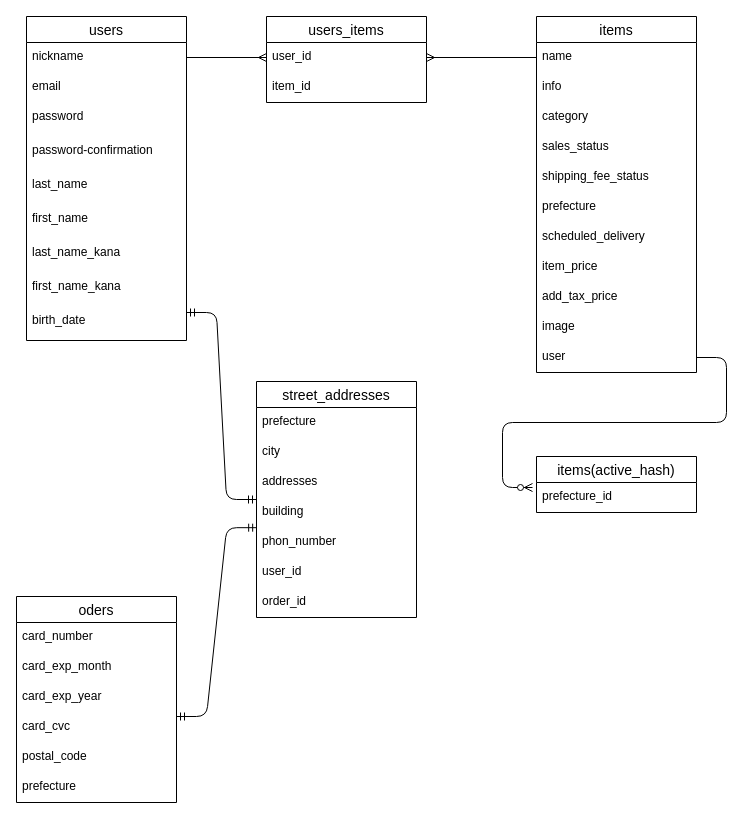
Before: er.dio in takehiyuu/furima-34019, a draw.io diagram. Source tidied: cells renumbered, new cells numbered last; positions are measured from the earlier drawing's top-left corner, leaving out a move shared by most shapes. Both pictures are drawn from the tidied source at 100%, with x=0, y=0 at pixel (16, 16).
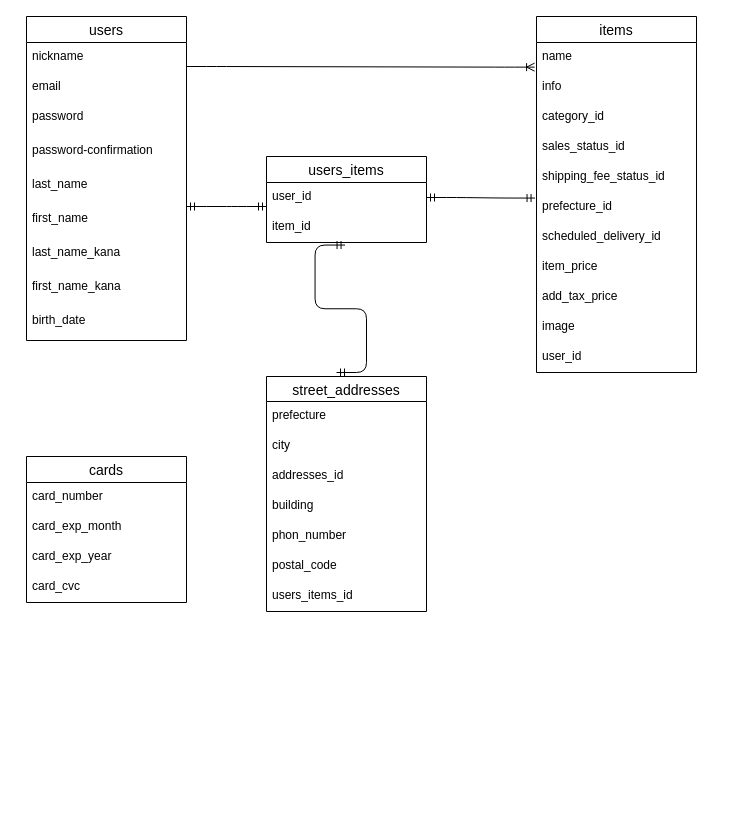
After the change.

Commit message (it also covers changes not shown here):
ER図及びREADME修正

Unchanged cells that the change refers to:
```xml
<mxCell id="3" value="nickname" style="text;strokeColor=none;fillColor=none;spacingLeft=4;spacingRight=4;overflow=hidden;points=[[0,0.5],[1,0.5]];portConstraint=eastwest;fontSize=12;" parent="2" vertex="1">
  <mxGeometry y="26" width="160" height="30" as="geometry" />
</mxCell>
<mxCell id="12" value="items" style="swimlane;fontStyle=0;horizontal=1;startSize=26;align=center;fontSize=14;" parent="1" vertex="1">
  <mxGeometry x="520" width="160" height="356" as="geometry" />
</mxCell>
<mxCell id="13" value="name" style="text;strokeColor=none;fillColor=none;spacingLeft=4;spacingRight=4;overflow=hidden;points=[[0,0.5],[1,0.5]];portConstraint=eastwest;fontSize=12;" parent="12" vertex="1">
  <mxGeometry y="26" width="160" height="30" as="geometry" />
</mxCell>
<mxCell id="25" value="user_id" style="text;strokeColor=none;fillColor=none;spacingLeft=4;spacingRight=4;overflow=hidden;points=[[0,0.5],[1,0.5]];portConstraint=eastwest;fontSize=12;" parent="24" vertex="1">
  <mxGeometry y="26" width="160" height="30" as="geometry" />
</mxCell>
<mxCell id="26" value="item_id" style="text;strokeColor=none;fillColor=none;spacingLeft=4;spacingRight=4;overflow=hidden;points=[[0,0.5],[1,0.5]];portConstraint=eastwest;fontSize=12;" parent="24" vertex="1">
  <mxGeometry y="56" width="160" height="30" as="geometry" />
</mxCell>
```

Change to the diagram source:
```diff
@@
-    <mxCell id="15" value="category" style="text;strokeColor=none;fillColor=none;spacingLeft=4;spacingRight=4;overflow=hidden;fontSize=12;" parent="12" vertex="1">
+    <mxCell id="15" value="category_id" style="text;strokeColor=none;fillColor=none;spacingLeft=4;spacingRight=4;overflow=hidden;fontSize=12;" parent="12" vertex="1">
       <mxGeometry y="86" width="160" height="30" as="geometry" />
     </mxCell>
-    <mxCell id="16" value="sales_status" style="text;strokeColor=none;fillColor=none;spacingLeft=4;spacingRight=4;overflow=hidden;fontSize=12;" parent="12" vertex="1">
+    <mxCell id="16" value="sales_status_id" style="text;strokeColor=none;fillColor=none;spacingLeft=4;spacingRight=4;overflow=hidden;fontSize=12;" parent="12" vertex="1">
       <mxGeometry y="116" width="160" height="30" as="geometry" />
     </mxCell>
-    <mxCell id="17" value="shipping_fee_status" style="text;strokeColor=none;fillColor=none;spacingLeft=4;spacingRight=4;overflow=hidden;fontSize=12;" parent="12" vertex="1">
+    <mxCell id="17" value="shipping_fee_status_id" style="text;strokeColor=none;fillColor=none;spacingLeft=4;spacingRight=4;overflow=hidden;fontSize=12;" parent="12" vertex="1">
       <mxGeometry y="146" width="160" height="30" as="geometry" />
     </mxCell>
-    <mxCell id="18" value="prefecture" style="text;strokeColor=none;fillColor=none;spacingLeft=4;spacingRight=4;overflow=hidden;points=[[0,0.5],[1,0.5]];portConstraint=eastwest;fontSize=12;" parent="12" vertex="1">
+    <mxCell id="18" value="prefecture_id" style="text;strokeColor=none;fillColor=none;spacingLeft=4;spacingRight=4;overflow=hidden;points=[[0,0.5],[1,0.5]];portConstraint=eastwest;fontSize=12;" parent="12" vertex="1">
       <mxGeometry y="176" width="160" height="30" as="geometry" />
     </mxCell>
-    <mxCell id="19" value="scheduled_delivery" style="text;strokeColor=none;fillColor=none;spacingLeft=4;spacingRight=4;overflow=hidden;fontSize=12;" parent="12" vertex="1">
+    <mxCell id="19" value="scheduled_delivery_id" style="text;strokeColor=none;fillColor=none;spacingLeft=4;spacingRight=4;overflow=hidden;fontSize=12;" parent="12" vertex="1">
       <mxGeometry y="206" width="160" height="30" as="geometry" />
     </mxCell>
@@
-    <mxCell id="23" value="user" style="text;strokeColor=none;fillColor=none;spacingLeft=4;spacingRight=4;overflow=hidden;points=[[0,0.5],[1,0.5]];portConstraint=eastwest;fontSize=12;" parent="12" vertex="1">
+    <mxCell id="23" value="user_id" style="text;strokeColor=none;fillColor=none;spacingLeft=4;spacingRight=4;overflow=hidden;points=[[0,0.5],[1,0.5]];portConstraint=eastwest;fontSize=12;" parent="12" vertex="1">
       <mxGeometry y="326" width="160" height="30" as="geometry" />
     </mxCell>
     <mxCell id="24" value="users_items" style="swimlane;fontStyle=0;horizontal=1;startSize=26;align=center;fontSize=14;" parent="1" vertex="1">
-      <mxGeometry x="250" width="160" height="86" as="geometry" />
+      <mxGeometry x="250" y="140" width="160" height="86" as="geometry" />
     </mxCell>
@@
-    <mxCell id="27" value="oders" style="swimlane;fontStyle=0;horizontal=1;startSize=26;align=center;fontSize=14;" parent="1" vertex="1">
-      <mxGeometry y="580" width="160" height="206" as="geometry" />
-    </mxCell>
-    <mxCell id="28" value="card_number" style="text;strokeColor=none;fillColor=none;spacingLeft=4;spacingRight=4;overflow=hidden;fontSize=12;" parent="27" vertex="1">
-      <mxGeometry y="26" width="160" height="30" as="geometry" />
-    </mxCell>
-    <mxCell id="29" value="card_exp_month" style="text;strokeColor=none;fillColor=none;spacingLeft=4;spacingRight=4;overflow=hidden;fontSize=12;" parent="27" vertex="1">
-      <mxGeometry y="56" width="160" height="30" as="geometry" />
-    </mxCell>
-    <mxCell id="30" value="card_exp_year" style="text;strokeColor=none;fillColor=none;spacingLeft=4;spacingRight=4;overflow=hidden;fontSize=12;" parent="27" vertex="1">
-      <mxGeometry y="86" width="160" height="30" as="geometry" />
-    </mxCell>
-    <mxCell id="31" value="card_cvc" style="text;strokeColor=none;fillColor=none;spacingLeft=4;spacingRight=4;overflow=hidden;fontSize=12;" parent="27" vertex="1">
-      <mxGeometry y="116" width="160" height="30" as="geometry" />
-    </mxCell>
-    <mxCell id="32" value="postal_code" style="text;strokeColor=none;fillColor=none;spacingLeft=4;spacingRight=4;overflow=hidden;fontSize=12;" parent="27" vertex="1">
-      <mxGeometry y="146" width="160" height="30" as="geometry" />
-    </mxCell>
-    <mxCell id="33" value="prefecture" style="text;strokeColor=none;fillColor=none;spacingLeft=4;spacingRight=4;overflow=hidden;fontSize=12;" parent="27" vertex="1">
-      <mxGeometry y="176" width="160" height="30" as="geometry" />
-    </mxCell>
-    <mxCell id="34" style="edgeStyle=orthogonalEdgeStyle;rounded=0;jettySize=auto;html=1;exitX=1;exitY=0.5;exitDx=0;exitDy=0;entryX=0;entryY=0.5;entryDx=0;entryDy=0;endArrow=ERmany;endFill=0;" parent="1" edge="1" source="3" target="25">
-      <mxGeometry relative="1" as="geometry" />
-    </mxCell>
-    <mxCell id="35" style="edgeStyle=orthogonalEdgeStyle;rounded=0;jettySize=auto;html=1;exitX=0;exitY=0.5;exitDx=0;exitDy=0;entryX=1;entryY=0.5;entryDx=0;entryDy=0;endArrow=ERmany;endFill=0;" parent="1" edge="1" source="13" target="25">
-      <mxGeometry relative="1" as="geometry" />
-    </mxCell>
-    <mxCell id="36" style="edgeStyle=entityRelationEdgeStyle;fontSize=12;html=1;endArrow=ERmandOne;startArrow=ERmandOne;" parent="1" edge="1" target="40">
-      <mxGeometry relative="1" as="geometry">
-        <mxPoint x="170" y="296" as="sourcePoint" />
-      </mxGeometry>
-    </mxCell>
-    <mxCell id="37" value="items(active_hash)" style="swimlane;fontStyle=0;horizontal=1;startSize=26;align=center;fontSize=14;" parent="1" vertex="1">
-      <mxGeometry x="520" y="440" width="160" height="56" as="geometry" />
-    </mxCell>
-    <mxCell id="38" value="prefecture_id" style="text;strokeColor=none;fillColor=none;spacingLeft=4;spacingRight=4;overflow=hidden;fontSize=12;" parent="37" vertex="1">
-      <mxGeometry y="26" width="160" height="30" as="geometry" />
-    </mxCell>
-    <mxCell id="39" style="edgeStyle=entityRelationEdgeStyle;fontSize=12;html=1;endArrow=ERzeroToMany;endFill=1;exitX=1;exitY=0.5;exitDx=0;exitDy=0;" parent="1" edge="1" source="23">
-      <mxGeometry relative="1" as="geometry">
-        <mxPoint x="516" y="471" as="targetPoint" />
-      </mxGeometry>
-    </mxCell>
-    <mxCell id="40" value="street_addresses" style="swimlane;fontStyle=0;horizontal=1;startSize=26;align=center;fontSize=14;" parent="1" vertex="1">
-      <mxGeometry x="240" y="365" width="160" height="236" as="geometry" />
+    <mxCell id="40" value="street_addresses" style="swimlane;fontStyle=0;horizontal=1;startSize=25;align=center;fontSize=14;" parent="1" vertex="1">
+      <mxGeometry x="250" y="360" width="160" height="235" as="geometry" />
     </mxCell>
     <mxCell id="41" value="prefecture" style="text;strokeColor=none;fillColor=none;spacingLeft=4;spacingRight=4;overflow=hidden;fontSize=12;" parent="40" vertex="1">
-      <mxGeometry y="26" width="160" height="30" as="geometry" />
+      <mxGeometry y="25" width="160" height="30" as="geometry" />
     </mxCell>
     <mxCell id="42" value="city" style="text;strokeColor=none;fillColor=none;spacingLeft=4;spacingRight=4;overflow=hidden;fontSize=12;" parent="40" vertex="1">
-      <mxGeometry y="56" width="160" height="30" as="geometry" />
+      <mxGeometry y="55" width="160" height="30" as="geometry" />
     </mxCell>
-    <mxCell id="43" value="addresses" style="text;strokeColor=none;fillColor=none;spacingLeft=4;spacingRight=4;overflow=hidden;fontSize=12;" parent="40" vertex="1">
-      <mxGeometry y="86" width="160" height="30" as="geometry" />
+    <mxCell id="43" value="addresses_id" style="text;strokeColor=none;fillColor=none;spacingLeft=4;spacingRight=4;overflow=hidden;fontSize=12;" parent="40" vertex="1">
+      <mxGeometry y="85" width="160" height="30" as="geometry" />
     </mxCell>
     <mxCell id="44" value="building" style="text;strokeColor=none;fillColor=none;spacingLeft=4;spacingRight=4;overflow=hidden;points=[[0,0.5],[1,0.5]];portConstraint=eastwest;fontSize=12;" parent="40" vertex="1">
-      <mxGeometry y="116" width="160" height="30" as="geometry" />
+      <mxGeometry y="115" width="160" height="30" as="geometry" />
     </mxCell>
     <mxCell id="45" value="phon_number" style="text;strokeColor=none;fillColor=none;spacingLeft=4;spacingRight=4;overflow=hidden;fontSize=12;" parent="40" vertex="1">
-      <mxGeometry y="146" width="160" height="30" as="geometry" />
+      <mxGeometry y="145" width="160" height="30" as="geometry" />
     </mxCell>
-    <mxCell id="46" value="user_id" style="text;strokeColor=none;fillColor=none;spacingLeft=4;spacingRight=4;overflow=hidden;fontSize=12;" parent="40" vertex="1">
-      <mxGeometry y="176" width="160" height="30" as="geometry" />
-    </mxCell>
-    <mxCell id="47" value="order_id" style="text;strokeColor=none;fillColor=none;spacingLeft=4;spacingRight=4;overflow=hidden;fontSize=12;" parent="40" vertex="1">
-      <mxGeometry y="206" width="160" height="30" as="geometry" />
-    </mxCell>
-    <mxCell id="48" style="edgeStyle=entityRelationEdgeStyle;fontSize=12;html=1;endArrow=ERmandOne;startArrow=ERmandOne;entryX=0.001;entryY=1.006;entryDx=0;entryDy=0;entryPerimeter=0;" parent="1" edge="1" target="44">
-      <mxGeometry relative="1" as="geometry">
-        <mxPoint x="160" y="700" as="sourcePoint" />
-      </mxGeometry>
-    </mxCell>
+    <mxCell id="32" value="postal_code" style="text;strokeColor=none;fillColor=none;spacingLeft=4;spacingRight=4;overflow=hidden;fontSize=12;" parent="40" vertex="1">
+      <mxGeometry y="175" width="160" height="30" as="geometry" />
+    </mxCell>
+    <mxCell id="49" value="users_items_id" style="text;strokeColor=none;fillColor=none;spacingLeft=4;spacingRight=4;overflow=hidden;fontSize=12;" parent="40" vertex="1">
+      <mxGeometry y="205" width="160" height="30" as="geometry" />
+    </mxCell>
+    <mxCell id="50" style="edgeStyle=entityRelationEdgeStyle;fontSize=12;html=1;endArrow=ERmandOne;startArrow=ERmandOne;exitX=1;exitY=0.5;exitDx=0;exitDy=0;entryX=-0.009;entryY=0.185;entryDx=0;entryDy=0;entryPerimeter=0;" parent="1" edge="1" source="25" target="18">
+      <mxGeometry relative="1" as="geometry" />
+    </mxCell>
+    <mxCell id="51" style="edgeStyle=entityRelationEdgeStyle;fontSize=12;html=1;endArrow=ERmandOne;startArrow=ERmandOne;" parent="1" edge="1">
+      <mxGeometry relative="1" as="geometry">
+        <mxPoint x="170" y="190" as="sourcePoint" />
+        <mxPoint x="250" y="190" as="targetPoint" />
+      </mxGeometry>
+    </mxCell>
+    <mxCell id="52" style="edgeStyle=entityRelationEdgeStyle;fontSize=12;html=1;endArrow=ERmandOne;startArrow=ERmandOne;entryX=0.491;entryY=1.085;entryDx=0;entryDy=0;entryPerimeter=0;" parent="1" edge="1" target="26">
+      <mxGeometry relative="1" as="geometry">
+        <mxPoint x="320" y="356" as="sourcePoint" />
+      </mxGeometry>
+    </mxCell>
+    <mxCell id="53" value="cards" style="swimlane;fontStyle=0;horizontal=1;startSize=26;align=center;fontSize=14;" parent="1" vertex="1">
+      <mxGeometry x="10" y="440" width="160" height="146" as="geometry" />
+    </mxCell>
+    <mxCell id="28" value="card_number" style="text;strokeColor=none;fillColor=none;spacingLeft=4;spacingRight=4;overflow=hidden;fontSize=12;" parent="53" vertex="1">
+      <mxGeometry y="26" width="160" height="30" as="geometry" />
+    </mxCell>
+    <mxCell id="29" value="card_exp_month" style="text;strokeColor=none;fillColor=none;spacingLeft=4;spacingRight=4;overflow=hidden;fontSize=12;" parent="53" vertex="1">
+      <mxGeometry y="56" width="160" height="30" as="geometry" />
+    </mxCell>
+    <mxCell id="30" value="card_exp_year" style="text;strokeColor=none;fillColor=none;spacingLeft=4;spacingRight=4;overflow=hidden;fontSize=12;" parent="53" vertex="1">
+      <mxGeometry y="86" width="160" height="30" as="geometry" />
+    </mxCell>
+    <mxCell id="31" value="card_cvc" style="text;strokeColor=none;fillColor=none;spacingLeft=4;spacingRight=4;overflow=hidden;fontSize=12;" parent="53" vertex="1">
+      <mxGeometry y="116" width="160" height="30" as="geometry" />
+    </mxCell>
+    <mxCell id="54" style="edgeStyle=entityRelationEdgeStyle;fontSize=12;html=1;endArrow=ERoneToMany;entryX=-0.012;entryY=0.821;entryDx=0;entryDy=0;entryPerimeter=0;" parent="1" edge="1" target="13">
+      <mxGeometry relative="1" as="geometry">
+        <mxPoint x="170" y="50" as="sourcePoint" />
+      </mxGeometry>
+    </mxCell>
```
